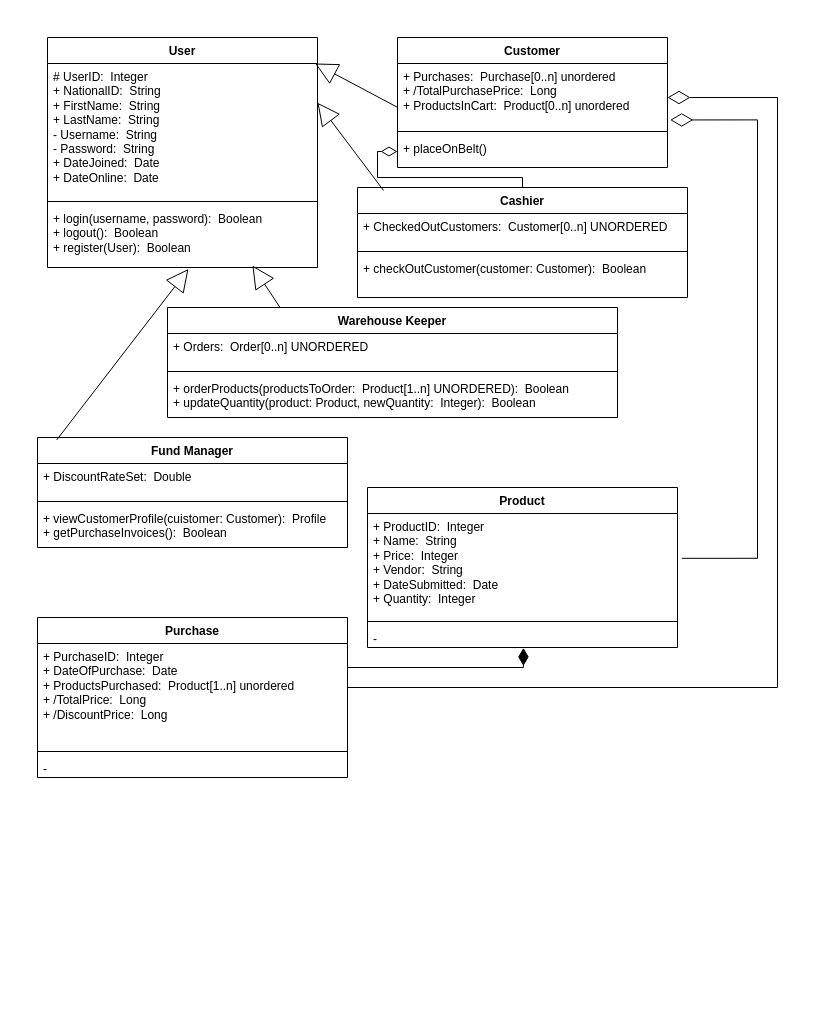
This is MMK_OSD_CashierApp/Documentations/3- Class Diagram/MMK_OSD_CashierApp_ClassDiagram.drawio from Mehrbod-MK/MMK_OSD_CashierApp, a draw.io file, before an edit. Source tidied: cells renumbered, new cells numbered last; positions are measured from the earlier drawing's top-left corner, leaving out a move shared by most shapes. Both pictures are drawn from the tidied source at 100%, with x=0, y=0 at pixel (37, 37).
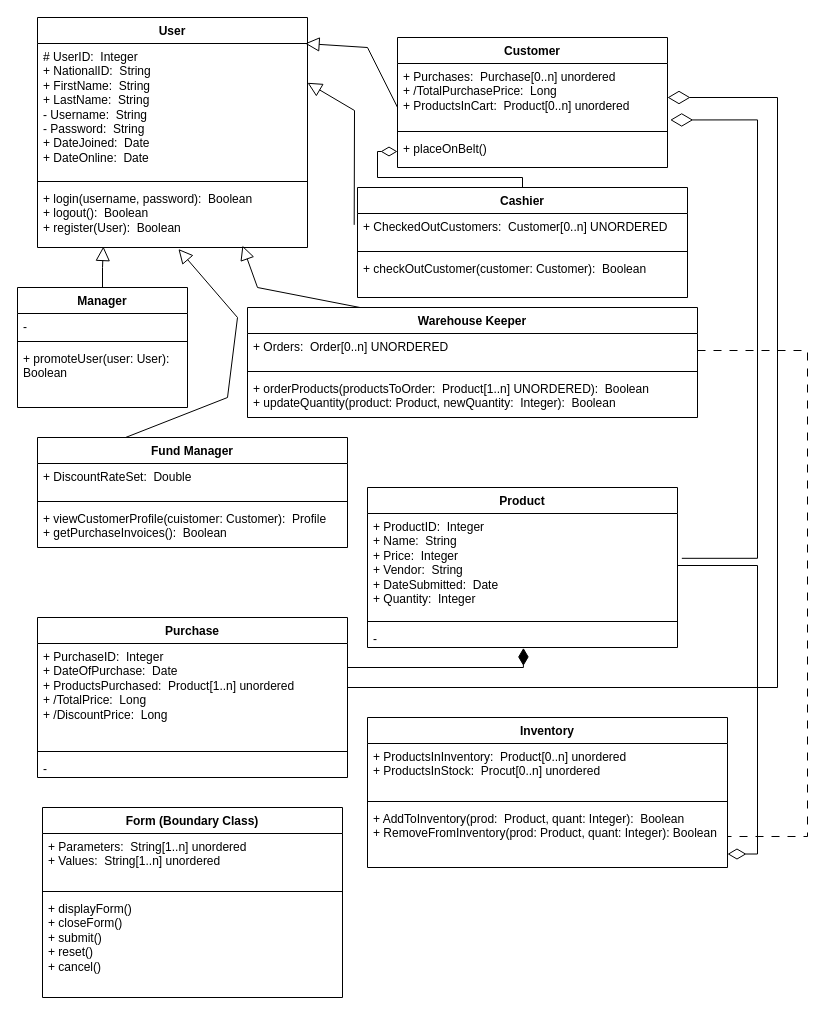
After the change.

Commit message (it also covers changes not shown here):
Designed class diagram for project's structural view and added to documentation.

The change refers to these unchanged cells:
```xml
<mxCell id="3" value="# UserID:&amp;nbsp; Integer&lt;div&gt;+ NationalID:&amp;nbsp; String&lt;br&gt;&lt;div&gt;+ FirstName:&amp;nbsp; String&lt;/div&gt;&lt;div&gt;+ LastName:&amp;nbsp; String&lt;/div&gt;&lt;/div&gt;&lt;div&gt;- Username:&amp;nbsp; String&lt;/div&gt;&lt;div&gt;- Password:&amp;nbsp; String&lt;/div&gt;&lt;div&gt;+ DateJoined:&amp;nbsp; Date&lt;/div&gt;&lt;div&gt;+ DateOnline:&amp;nbsp; Date&lt;/div&gt;" style="text;strokeColor=none;fillColor=none;align=left;verticalAlign=top;spacingLeft=4;spacingRight=4;overflow=hidden;points=[[0,0.5],[1,0.5]];portConstraint=eastwest;whiteSpace=wrap;html=1;" parent="2" vertex="1">
  <mxGeometry y="26" width="270" height="134" as="geometry" />
</mxCell>
<mxCell id="5" value="+ login(username, password):&amp;nbsp; Boolean&lt;div&gt;+ logout():&amp;nbsp; Boolean&lt;/div&gt;&lt;div&gt;+ register(User):&amp;nbsp; Boolean&lt;/div&gt;" style="text;strokeColor=none;fillColor=none;align=left;verticalAlign=top;spacingLeft=4;spacingRight=4;overflow=hidden;points=[[0,0.5],[1,0.5]];portConstraint=eastwest;whiteSpace=wrap;html=1;" parent="2" vertex="1">
  <mxGeometry y="168" width="270" height="62" as="geometry" />
</mxCell>
<mxCell id="7" value="+ Purchases:&amp;nbsp; Purchase[0..n] unordered&lt;div&gt;+ /TotalPurchasePrice:&amp;nbsp; Long&lt;/div&gt;&lt;div&gt;+ ProductsInCart:&amp;nbsp; Product[0..n] unordered&lt;/div&gt;" style="text;strokeColor=none;fillColor=none;align=left;verticalAlign=top;spacingLeft=4;spacingRight=4;overflow=hidden;points=[[0,0.5],[1,0.5]];portConstraint=eastwest;whiteSpace=wrap;html=1;" parent="6" vertex="1">
  <mxGeometry y="26" width="270" height="64" as="geometry" />
</mxCell>
<mxCell id="12" value="Cashier" style="swimlane;fontStyle=1;align=center;verticalAlign=top;horizontal=1;startSize=26;whiteSpace=wrap;html=1;" parent="1" vertex="1">
  <mxGeometry x="320" y="150" width="330" height="110" as="geometry" />
</mxCell>
<mxCell id="13" value="+ CheckedOutCustomers:&amp;nbsp; Customer[0..n] UNORDERED" style="text;strokeColor=none;fillColor=none;align=left;verticalAlign=top;spacingLeft=4;spacingRight=4;overflow=hidden;points=[[0,0.5],[1,0.5]];portConstraint=eastwest;whiteSpace=wrap;html=1;" parent="12" vertex="1">
  <mxGeometry y="26" width="330" height="34" as="geometry" />
</mxCell>
<mxCell id="18" value="+ Orders:&amp;nbsp; Order[0..n] UNORDERED" style="text;strokeColor=none;fillColor=none;align=left;verticalAlign=top;spacingLeft=4;spacingRight=4;overflow=hidden;points=[[0,0.5],[1,0.5]];portConstraint=eastwest;whiteSpace=wrap;html=1;" parent="17" vertex="1">
  <mxGeometry y="26" width="450" height="34" as="geometry" />
</mxCell>
<mxCell id="22" value="Fund Manager" style="swimlane;fontStyle=1;align=center;verticalAlign=top;horizontal=1;startSize=26;whiteSpace=wrap;html=1;" parent="1" vertex="1">
  <mxGeometry y="400" width="310" height="110" as="geometry" />
</mxCell>
<mxCell id="28" value="+ ProductID:&amp;nbsp; Integer&lt;div&gt;+ Name:&amp;nbsp; String&lt;/div&gt;&lt;div&gt;+ Price:&amp;nbsp; Integer&lt;/div&gt;&lt;div&gt;+ Vendor:&amp;nbsp; String&lt;/div&gt;&lt;div&gt;+ DateSubmitted:&amp;nbsp; Date&lt;/div&gt;&lt;div&gt;+ Quantity:&amp;nbsp; Integer&lt;/div&gt;&lt;div&gt;&lt;br&gt;&lt;/div&gt;" style="text;strokeColor=none;fillColor=none;align=left;verticalAlign=top;spacingLeft=4;spacingRight=4;overflow=hidden;points=[[0,0.5],[1,0.5]];portConstraint=eastwest;whiteSpace=wrap;html=1;" parent="27" vertex="1">
  <mxGeometry y="26" width="310" height="104" as="geometry" />
</mxCell>
```

The edit, as a diff of the source:
```diff
@@
     <mxCell id="2" value="User" style="swimlane;fontStyle=1;align=center;verticalAlign=top;horizontal=1;startSize=26;whiteSpace=wrap;html=1;" parent="1" vertex="1">
-      <mxGeometry x="10" width="270" height="230" as="geometry" />
+      <mxGeometry y="-20" width="270" height="230" as="geometry" />
     </mxCell>
@@
-    <mxCell id="10" style="endArrow=block;html=1;rounded=0;entryX=0.991;entryY=0;entryDx=0;entryDy=0;exitX=0;exitY=0.685;exitDx=0;exitDy=0;exitPerimeter=0;endFill=0;strokeWidth=1;entryPerimeter=0;endSize=20;" parent="1" edge="1" source="7" target="3">
-      <mxGeometry relative="1" as="geometry" />
+    <mxCell id="10" style="endArrow=block;html=1;rounded=0;entryX=0.991;entryY=0;entryDx=0;entryDy=0;exitX=0;exitY=0.685;exitDx=0;exitDy=0;exitPerimeter=0;endFill=0;strokeWidth=1;entryPerimeter=0;endSize=12;" parent="1" edge="1" source="7" target="3">
+      <mxGeometry relative="1" as="geometry">
+        <Array as="points">
+          <mxPoint x="330" y="10" />
+        </Array>
+      </mxGeometry>
     </mxCell>
@@
-    <mxCell id="16" style="endArrow=block;html=1;rounded=0;entryX=1;entryY=0.293;entryDx=0;entryDy=0;exitX=0.079;exitY=0.027;exitDx=0;exitDy=0;endFill=0;strokeWidth=1;entryPerimeter=0;startSize=6;endSize=20;exitPerimeter=0;" parent="1" edge="1" source="12" target="3">
-      <mxGeometry relative="1" as="geometry" />
+    <mxCell id="16" style="endArrow=block;html=1;rounded=0;entryX=1;entryY=0.293;entryDx=0;entryDy=0;exitX=-0.01;exitY=0.334;exitDx=0;exitDy=0;endFill=0;strokeWidth=1;entryPerimeter=0;startSize=6;endSize=12;exitPerimeter=0;" parent="1" edge="1" source="13" target="3">
+      <mxGeometry relative="1" as="geometry">
+        <Array as="points">
+          <mxPoint x="317" y="73" />
+        </Array>
+      </mxGeometry>
     </mxCell>
     <mxCell id="17" value="Warehouse Keeper" style="swimlane;fontStyle=1;align=center;verticalAlign=top;horizontal=1;startSize=26;whiteSpace=wrap;html=1;" parent="1" vertex="1">
-      <mxGeometry x="130" y="270" width="450" height="110" as="geometry" />
+      <mxGeometry x="210" y="270" width="450" height="110" as="geometry" />
     </mxCell>
@@
-    <mxCell id="21" style="endArrow=block;html=1;rounded=0;entryX=0.759;entryY=0.969;entryDx=0;entryDy=0;exitX=0.25;exitY=0;exitDx=0;exitDy=0;endFill=0;strokeWidth=1;entryPerimeter=0;startSize=6;endSize=20;" parent="1" edge="1" source="17" target="5">
-      <mxGeometry relative="1" as="geometry" />
+    <mxCell id="21" style="endArrow=block;html=1;rounded=0;entryX=0.759;entryY=0.969;entryDx=0;entryDy=0;exitX=0.25;exitY=0;exitDx=0;exitDy=0;endFill=0;strokeWidth=1;entryPerimeter=0;startSize=6;endSize=12;" parent="1" edge="1" source="17" target="5">
+      <mxGeometry relative="1" as="geometry">
+        <Array as="points">
+          <mxPoint x="220" y="250" />
+        </Array>
+      </mxGeometry>
     </mxCell>
@@
-    <mxCell id="26" style="endArrow=block;html=1;rounded=0;entryX=0.522;entryY=1.024;entryDx=0;entryDy=0;exitX=0.062;exitY=0.022;exitDx=0;exitDy=0;endFill=0;strokeWidth=1;entryPerimeter=0;exitPerimeter=0;startSize=6;endSize=20;" parent="1" edge="1" source="22" target="5">
-      <mxGeometry relative="1" as="geometry" />
+    <mxCell id="26" style="endArrow=block;html=1;rounded=0;entryX=0.522;entryY=1.024;entryDx=0;entryDy=0;exitX=0.284;exitY=0;exitDx=0;exitDy=0;endFill=0;strokeWidth=1;entryPerimeter=0;exitPerimeter=0;startSize=6;endSize=12;" parent="1" edge="1" source="22" target="5">
+      <mxGeometry relative="1" as="geometry">
+        <Array as="points">
+          <mxPoint x="190" y="360" />
+          <mxPoint x="200" y="280" />
+        </Array>
+      </mxGeometry>
     </mxCell>
@@
+    <mxCell id="38" value="Inventory" style="swimlane;fontStyle=1;align=center;verticalAlign=top;horizontal=1;startSize=26;whiteSpace=wrap;html=1;" parent="1" vertex="1">
+      <mxGeometry x="330" y="680" width="360" height="150" as="geometry" />
+    </mxCell>
+    <mxCell id="39" value="&lt;div&gt;+ ProductsInInventory:&amp;nbsp; Product[0..n] unordered&lt;/div&gt;&lt;div&gt;+ ProductsInStock:&amp;nbsp; Procut[0..n] unordered&lt;/div&gt;" style="text;strokeColor=none;fillColor=none;align=left;verticalAlign=top;spacingLeft=4;spacingRight=4;overflow=hidden;whiteSpace=wrap;html=1;" parent="38" vertex="1">
+      <mxGeometry y="26" width="360" height="54" as="geometry" />
+    </mxCell>
+    <mxCell id="40" style="line;strokeWidth=1;fillColor=none;align=left;verticalAlign=middle;spacingTop=-1;spacingLeft=3;spacingRight=3;labelPosition=right;strokeColor=inherit;" parent="38" vertex="1">
+      <mxGeometry y="80" width="360" height="8" as="geometry" />
+    </mxCell>
+    <mxCell id="41" value="+ AddToInventory(prod:&amp;nbsp; Product, quant: Integer):&amp;nbsp; Boolean&lt;div&gt;+ RemoveFromInventory(prod: Product, quant: Integer): Boolean&lt;/div&gt;" style="text;strokeColor=none;fillColor=none;align=left;verticalAlign=top;spacingLeft=4;spacingRight=4;overflow=hidden;points=[[0,0.5],[1,0.5]];portConstraint=eastwest;whiteSpace=wrap;html=1;" parent="38" vertex="1">
+      <mxGeometry y="88" width="360" height="62" as="geometry" />
+    </mxCell>
+    <mxCell id="42" style="edgeStyle=orthogonalEdgeStyle;rounded=0;jettySize=auto;html=1;entryX=1;entryY=0.783;entryDx=0;entryDy=0;entryPerimeter=0;endArrow=diamondThin;endFill=0;endSize=16;" parent="1" edge="1" source="28" target="41">
+      <mxGeometry relative="1" as="geometry" />
+    </mxCell>
+    <mxCell id="43" value="Form (Boundary Class)" style="swimlane;fontStyle=1;align=center;verticalAlign=top;horizontal=1;startSize=26;whiteSpace=wrap;html=1;" parent="1" vertex="1">
+      <mxGeometry x="5" y="770" width="300" height="190" as="geometry" />
+    </mxCell>
+    <mxCell id="44" value="&lt;div&gt;+ Parameters:&amp;nbsp; String[1..n] unordered&lt;/div&gt;&lt;div&gt;+ Values:&amp;nbsp; String[1..n] unordered&lt;/div&gt;" style="text;strokeColor=none;fillColor=none;align=left;verticalAlign=top;spacingLeft=4;spacingRight=4;overflow=hidden;whiteSpace=wrap;html=1;" parent="43" vertex="1">
+      <mxGeometry y="26" width="300" height="54" as="geometry" />
+    </mxCell>
+    <mxCell id="45" style="line;strokeWidth=1;fillColor=none;align=left;verticalAlign=middle;spacingTop=-1;spacingLeft=3;spacingRight=3;labelPosition=right;strokeColor=inherit;" parent="43" vertex="1">
+      <mxGeometry y="80" width="300" height="8" as="geometry" />
+    </mxCell>
+    <mxCell id="46" value="+ displayForm()&lt;div&gt;+ closeForm()&lt;/div&gt;&lt;div&gt;+ submit()&lt;/div&gt;&lt;div&gt;+ reset()&lt;/div&gt;&lt;div&gt;+ cancel()&lt;/div&gt;" style="text;strokeColor=none;fillColor=none;align=left;verticalAlign=top;spacingLeft=4;spacingRight=4;overflow=hidden;whiteSpace=wrap;html=1;" parent="43" vertex="1">
+      <mxGeometry y="88" width="300" height="102" as="geometry" />
+    </mxCell>
+    <mxCell id="47" style="edgeStyle=orthogonalEdgeStyle;rounded=0;jettySize=auto;html=1;entryX=1;entryY=0.5;entryDx=0;entryDy=0;dashed=1;dashPattern=8 8;endArrow=none;endFill=0;" parent="1" edge="1" source="18" target="41">
+      <mxGeometry relative="1" as="geometry">
+        <Array as="points">
+          <mxPoint x="770" y="313" />
+          <mxPoint x="770" y="799" />
+        </Array>
+      </mxGeometry>
+    </mxCell>
+    <mxCell id="48" value="Manager" style="swimlane;fontStyle=1;align=center;verticalAlign=top;horizontal=1;startSize=26;whiteSpace=wrap;html=1;" parent="1" vertex="1">
+      <mxGeometry x="-20" y="250" width="170" height="120" as="geometry" />
+    </mxCell>
+    <mxCell id="49" value="-" style="text;strokeColor=none;fillColor=none;align=left;verticalAlign=top;spacingLeft=4;spacingRight=4;overflow=hidden;whiteSpace=wrap;html=1;" parent="48" vertex="1">
+      <mxGeometry y="26" width="170" height="24" as="geometry" />
+    </mxCell>
+    <mxCell id="50" style="line;strokeWidth=1;fillColor=none;align=left;verticalAlign=middle;spacingTop=-1;spacingLeft=3;spacingRight=3;labelPosition=right;strokeColor=inherit;" parent="48" vertex="1">
+      <mxGeometry y="50" width="170" height="8" as="geometry" />
+    </mxCell>
+    <mxCell id="51" value="+ promoteUser(user: User):&amp;nbsp; Boolean" style="text;strokeColor=none;fillColor=none;align=left;verticalAlign=top;spacingLeft=4;spacingRight=4;overflow=hidden;whiteSpace=wrap;html=1;" parent="48" vertex="1">
+      <mxGeometry y="58" width="170" height="62" as="geometry" />
+    </mxCell>
+    <mxCell id="52" style="edgeStyle=orthogonalEdgeStyle;rounded=0;jettySize=auto;html=1;entryX=0.244;entryY=0.984;entryDx=0;entryDy=0;entryPerimeter=0;endArrow=block;endFill=0;endSize=12;" parent="1" edge="1" source="48" target="5">
+      <mxGeometry relative="1" as="geometry" />
+    </mxCell>
```
